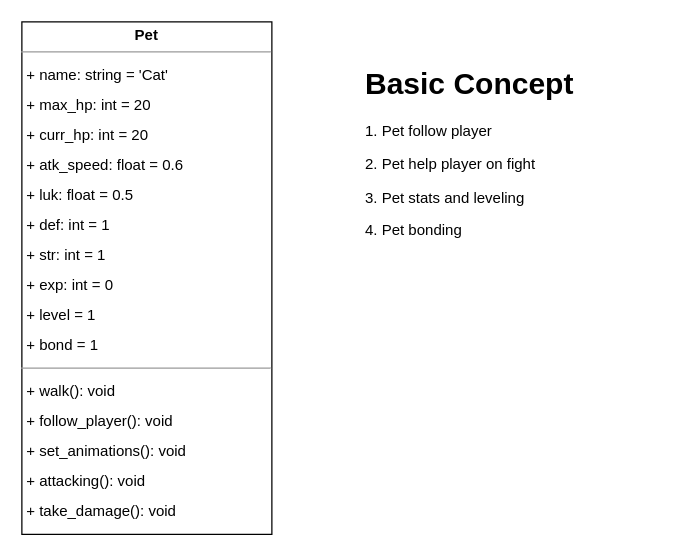
Above: game_design/pet_system_design.drawio in imlana21/top-down-game2 (draw.io), before the change. Source tidied: cells renumbered, new cells numbered last; positions are measured from the earlier drawing's top-left corner, leaving out a move shared by most shapes. Both pictures are drawn from the tidied source at 125%, with x=0, y=0 at pixel (21, 21).
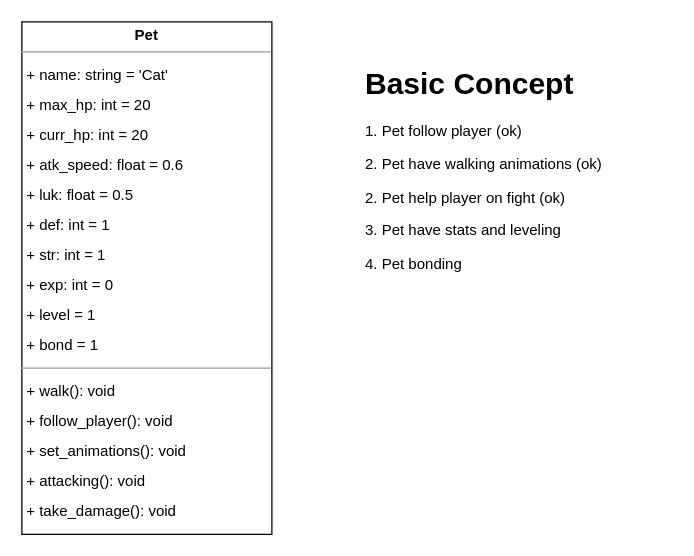
The same diagram, later.

Diff of the diagram source:
```diff
@@
 <mxGraphModel>
   <root>
     <mxCell id="0" />
     <mxCell id="1" parent="0" />
     <mxCell id="2" value="&lt;p style=&quot;margin:0px;margin-top:4px;text-align:center;&quot;&gt;&lt;b&gt;Pet&lt;/b&gt;&lt;/p&gt;&lt;hr size=&quot;1&quot;&gt;&lt;p style=&quot;margin: 0px 0px 0px 4px; line-height: 200%;&quot;&gt;+ name: string = 'Cat'&lt;/p&gt;&lt;p style=&quot;margin: 0px 0px 0px 4px; line-height: 200%;&quot;&gt;+ max_hp: int = 20&lt;/p&gt;&lt;p style=&quot;margin: 0px 0px 0px 4px; line-height: 200%;&quot;&gt;+ curr_hp: int = 20&lt;/p&gt;&lt;p style=&quot;margin: 0px 0px 0px 4px; line-height: 200%;&quot;&gt;+ atk_speed: float = 0.6&lt;/p&gt;&lt;p style=&quot;margin: 0px 0px 0px 4px; line-height: 200%;&quot;&gt;+ luk: float = 0.5&lt;/p&gt;&lt;p style=&quot;margin: 0px 0px 0px 4px; line-height: 200%;&quot;&gt;+ def: int = 1&lt;/p&gt;&lt;p style=&quot;margin: 0px 0px 0px 4px; line-height: 200%;&quot;&gt;+ str: int = 1&lt;/p&gt;&lt;p style=&quot;margin: 0px 0px 0px 4px; line-height: 200%;&quot;&gt;+ exp: int = 0&lt;/p&gt;&lt;p style=&quot;margin: 0px 0px 0px 4px; line-height: 200%;&quot;&gt;+ level = 1&lt;/p&gt;&lt;p style=&quot;margin: 0px 0px 0px 4px; line-height: 200%;&quot;&gt;+ bond = 1&lt;/p&gt;&lt;hr style=&quot;line-height: 200%;&quot; size=&quot;1&quot;&gt;&lt;p style=&quot;margin: 0px 0px 0px 4px; line-height: 200%;&quot;&gt;+ walk(): void&lt;/p&gt;&lt;p style=&quot;margin: 0px 0px 0px 4px; line-height: 200%;&quot;&gt;+ follow_player(): void&lt;/p&gt;&lt;p style=&quot;margin: 0px 0px 0px 4px; line-height: 200%;&quot;&gt;+ set_animations(): void&lt;/p&gt;&lt;p style=&quot;margin: 0px 0px 0px 4px; line-height: 200%;&quot;&gt;+ attacking(): void&lt;/p&gt;&lt;p style=&quot;margin: 0px 0px 0px 4px; line-height: 200%;&quot;&gt;+ take_damage(): void&lt;/p&gt;" style="verticalAlign=top;align=left;overflow=fill;fontSize=12;fontFamily=Helvetica;html=1;" parent="1" vertex="1">
       <mxGeometry width="200" height="410" as="geometry" />
     </mxCell>
-    <mxCell id="3" value="&lt;h1&gt;Basic Concept&lt;/h1&gt;&lt;p&gt;1. Pet follow player&lt;/p&gt;&lt;p&gt;2. Pet help player on fight&lt;/p&gt;&lt;p&gt;3. Pet stats and leveling&lt;/p&gt;&lt;p&gt;4. Pet bonding&lt;/p&gt;" style="text;html=1;strokeColor=none;fillColor=none;spacing=5;spacingTop=-20;whiteSpace=wrap;overflow=hidden;rounded=0;" parent="1" vertex="1">
-      <mxGeometry x="270" y="30" width="250" height="160" as="geometry" />
+    <mxCell id="3" value="&lt;h1&gt;Basic Concept&lt;/h1&gt;&lt;p&gt;1. Pet follow player (ok)&lt;br&gt;&lt;/p&gt;&lt;p&gt;2. Pet have walking animations (ok)&lt;/p&gt;&lt;p&gt;2. Pet help player on fight (ok)&lt;/p&gt;&lt;p&gt;3. Pet have stats and leveling&lt;/p&gt;&lt;p&gt;4. Pet bonding&lt;/p&gt;" style="text;html=1;strokeColor=none;fillColor=none;spacing=5;spacingTop=-20;whiteSpace=wrap;overflow=hidden;rounded=0;" parent="1" vertex="1">
+      <mxGeometry x="270" y="30" width="250" height="190" as="geometry" />
     </mxCell>
   </root>
 </mxGraphModel>
```
